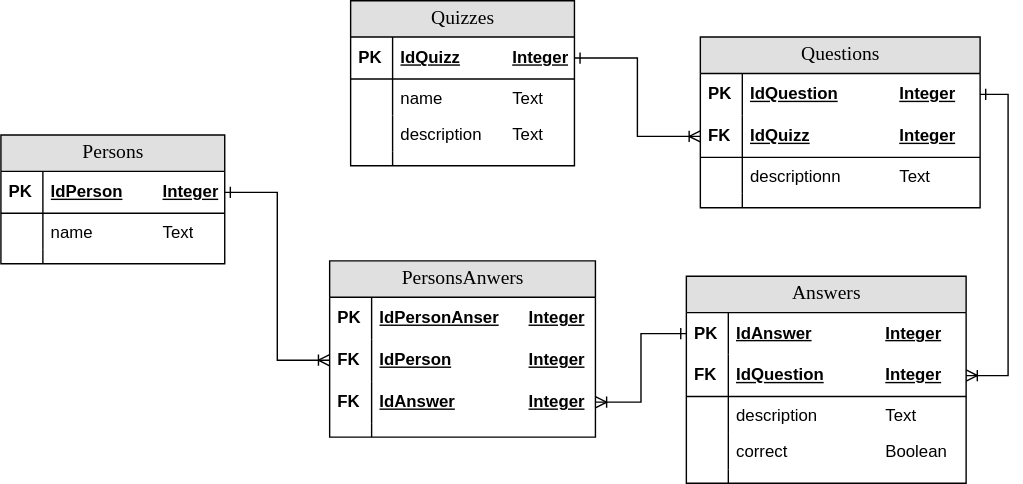
Earlier version of the draw.io export documentation/database/ERD.svg (DavidCuy/pm_evaluation_system_backend). Source tidied: cells renumbered, new cells last; positions are measured from the earlier drawing's top-left corner, leaving out a move shared by most shapes.
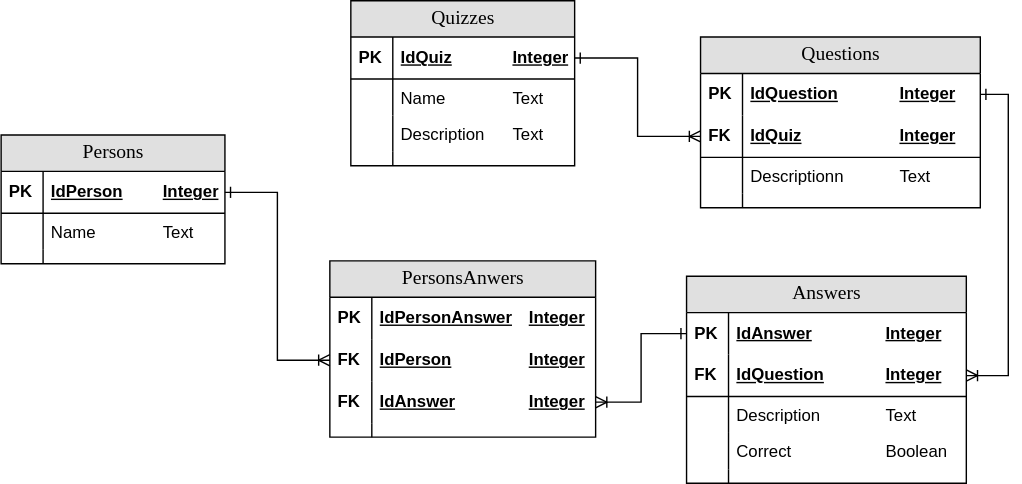
Later version of the same file.

The edit, as a diff of the source:
```diff
@@ -5,19 +5,19 @@
     <mxCell id="2" value="Quizzes" style="swimlane;html=1;fontStyle=0;horizontal=1;startSize=26;fillColor=#e0e0e0;swimlaneFillColor=#ffffff;align=center;rounded=0;shadow=0;comic=0;labelBackgroundColor=none;strokeWidth=1;fontFamily=Verdana;fontSize=14;swimlaneLine=1;" parent="1" vertex="1">
       <mxGeometry x="250" width="160" height="118" as="geometry" />
     </mxCell>
-    <mxCell id="3" value="IdQuizz&lt;span style=&quot;white-space: pre&quot;&gt;&#9;&lt;/span&gt;&lt;span style=&quot;white-space: pre&quot;&gt;&#9;&lt;/span&gt;Integer" style="shape=partialRectangle;top=0;left=0;right=0;bottom=1;html=1;align=left;verticalAlign=middle;fillColor=none;spacingLeft=34;spacingRight=4;whiteSpace=wrap;overflow=hidden;points=[[0,0.5],[1,0.5]];portConstraint=eastwest;fontStyle=5;" parent="2" vertex="1">
+    <mxCell id="3" value="IdQuiz&lt;span style=&quot;white-space: pre&quot;&gt;&#9;&lt;/span&gt;&lt;span style=&quot;white-space: pre&quot;&gt;&#9;&lt;/span&gt;Integer" style="shape=partialRectangle;top=0;left=0;right=0;bottom=1;html=1;align=left;verticalAlign=middle;fillColor=none;spacingLeft=34;spacingRight=4;whiteSpace=wrap;overflow=hidden;points=[[0,0.5],[1,0.5]];portConstraint=eastwest;fontStyle=5;" parent="2" vertex="1">
       <mxGeometry y="26" width="160" height="30" as="geometry" />
     </mxCell>
     <mxCell id="4" value="&lt;b&gt;PK&lt;/b&gt;" style="shape=partialRectangle;top=0;left=0;bottom=0;html=1;fillColor=none;align=left;verticalAlign=middle;spacingLeft=4;spacingRight=4;whiteSpace=wrap;overflow=hidden;" parent="3" vertex="1">
       <mxGeometry width="30" height="30" as="geometry" />
     </mxCell>
-    <mxCell id="5" value="name&lt;span style=&quot;white-space: pre&quot;&gt;&#9;&lt;/span&gt;&lt;span style=&quot;white-space: pre&quot;&gt;&#9;&lt;/span&gt;Text" style="shape=partialRectangle;top=0;left=0;right=0;bottom=0;html=1;align=left;verticalAlign=top;fillColor=none;spacingLeft=34;spacingRight=4;whiteSpace=wrap;overflow=hidden;" parent="2" vertex="1">
+    <mxCell id="5" value="Name&lt;span style=&quot;white-space: pre&quot;&gt;&#9;&lt;/span&gt;&lt;span style=&quot;white-space: pre&quot;&gt;&#9;&lt;/span&gt;Text" style="shape=partialRectangle;top=0;left=0;right=0;bottom=0;html=1;align=left;verticalAlign=top;fillColor=none;spacingLeft=34;spacingRight=4;whiteSpace=wrap;overflow=hidden;" parent="2" vertex="1">
       <mxGeometry y="56" width="160" height="26" as="geometry" />
     </mxCell>
     <mxCell id="6" style="shape=partialRectangle;top=0;left=0;bottom=0;html=1;fillColor=none;align=left;verticalAlign=top;spacingLeft=4;spacingRight=4;whiteSpace=wrap;overflow=hidden;" parent="5" vertex="1">
       <mxGeometry width="30" height="26" as="geometry" />
     </mxCell>
-    <mxCell id="7" value="description&lt;span style=&quot;white-space: pre&quot;&gt;&#9;&lt;/span&gt;Text" style="shape=partialRectangle;top=0;left=0;right=0;bottom=0;html=1;align=left;verticalAlign=top;fillColor=none;spacingLeft=34;spacingRight=4;whiteSpace=wrap;overflow=hidden;" parent="2" vertex="1">
+    <mxCell id="7" value="Description&lt;span style=&quot;white-space: pre&quot;&gt;&#9;&lt;/span&gt;Text" style="shape=partialRectangle;top=0;left=0;right=0;bottom=0;html=1;align=left;verticalAlign=top;fillColor=none;spacingLeft=34;spacingRight=4;whiteSpace=wrap;overflow=hidden;" parent="2" vertex="1">
       <mxGeometry y="82" width="160" height="26" as="geometry" />
     </mxCell>
     <mxCell id="8" style="shape=partialRectangle;top=0;left=0;bottom=0;html=1;fillColor=none;align=left;verticalAlign=top;spacingLeft=4;spacingRight=4;whiteSpace=wrap;overflow=hidden;" parent="7" vertex="1">
@@ -38,13 +38,13 @@
     <mxCell id="13" value="&lt;b&gt;PK&lt;/b&gt;" style="shape=partialRectangle;top=0;left=0;bottom=0;html=1;fillColor=none;align=left;verticalAlign=middle;spacingLeft=4;spacingRight=4;whiteSpace=wrap;overflow=hidden;" parent="12" vertex="1">
       <mxGeometry width="30" height="30" as="geometry" />
     </mxCell>
-    <mxCell id="14" value="IdQuizz&lt;span style=&quot;white-space: pre&quot;&gt;&#9;&lt;/span&gt;&lt;span style=&quot;white-space: pre&quot;&gt;&#9;&lt;span style=&quot;white-space: pre&quot;&gt;&#9;&lt;/span&gt;&lt;/span&gt;Integer" style="shape=partialRectangle;top=0;left=0;right=0;bottom=1;html=1;align=left;verticalAlign=middle;fillColor=none;spacingLeft=34;spacingRight=4;whiteSpace=wrap;overflow=hidden;points=[[0,0.5],[1,0.5]];portConstraint=eastwest;fontStyle=5;" parent="11" vertex="1">
+    <mxCell id="14" value="IdQuiz&lt;span style=&quot;white-space: pre&quot;&gt;&#9;&lt;/span&gt;&lt;span style=&quot;white-space: pre&quot;&gt;&#9;&lt;/span&gt;&lt;span style=&quot;white-space: pre&quot;&gt;&#9;&lt;/span&gt;Integer" style="shape=partialRectangle;top=0;left=0;right=0;bottom=1;html=1;align=left;verticalAlign=middle;fillColor=none;spacingLeft=34;spacingRight=4;whiteSpace=wrap;overflow=hidden;points=[[0,0.5],[1,0.5]];portConstraint=eastwest;fontStyle=5;" parent="11" vertex="1">
       <mxGeometry y="56" width="200" height="30" as="geometry" />
     </mxCell>
     <mxCell id="15" value="&lt;b&gt;FK&lt;/b&gt;" style="shape=partialRectangle;top=0;left=0;bottom=0;html=1;fillColor=none;align=left;verticalAlign=middle;spacingLeft=4;spacingRight=4;whiteSpace=wrap;overflow=hidden;" parent="14" vertex="1">
       <mxGeometry width="30" height="30" as="geometry" />
     </mxCell>
-    <mxCell id="16" value="descriptionn&lt;span style=&quot;white-space: pre&quot;&gt;&#9;&lt;/span&gt;&lt;span style=&quot;white-space: pre&quot;&gt;&#9;&lt;/span&gt;Text" style="shape=partialRectangle;top=0;left=0;right=0;bottom=0;html=1;align=left;verticalAlign=top;fillColor=none;spacingLeft=34;spacingRight=4;whiteSpace=wrap;overflow=hidden;" parent="11" vertex="1">
+    <mxCell id="16" value="Descriptionn&lt;span style=&quot;white-space: pre&quot;&gt;&#9;&lt;/span&gt;&lt;span style=&quot;white-space: pre&quot;&gt;&#9;&lt;/span&gt;Text" style="shape=partialRectangle;top=0;left=0;right=0;bottom=0;html=1;align=left;verticalAlign=top;fillColor=none;spacingLeft=34;spacingRight=4;whiteSpace=wrap;overflow=hidden;" parent="11" vertex="1">
       <mxGeometry y="86" width="200" height="26" as="geometry" />
     </mxCell>
     <mxCell id="17" style="shape=partialRectangle;top=0;left=0;bottom=0;html=1;fillColor=none;align=left;verticalAlign=top;spacingLeft=4;spacingRight=4;whiteSpace=wrap;overflow=hidden;" parent="16" vertex="1">
@@ -74,13 +74,13 @@
     <mxCell id="25" value="&lt;b&gt;FK&lt;/b&gt;" style="shape=partialRectangle;top=0;left=0;bottom=0;html=1;fillColor=none;align=left;verticalAlign=middle;spacingLeft=4;spacingRight=4;whiteSpace=wrap;overflow=hidden;" parent="24" vertex="1">
       <mxGeometry width="30" height="30" as="geometry" />
     </mxCell>
-    <mxCell id="26" value="description&lt;span style=&quot;white-space: pre&quot;&gt;&#9;&lt;/span&gt;&lt;span style=&quot;white-space: pre&quot;&gt;&#9;&lt;/span&gt;Text" style="shape=partialRectangle;top=0;left=0;right=0;bottom=0;html=1;align=left;verticalAlign=top;fillColor=none;spacingLeft=34;spacingRight=4;whiteSpace=wrap;overflow=hidden;" parent="21" vertex="1">
+    <mxCell id="26" value="Description&lt;span style=&quot;white-space: pre&quot;&gt;&#9;&lt;/span&gt;&lt;span style=&quot;white-space: pre&quot;&gt;&#9;&lt;/span&gt;Text" style="shape=partialRectangle;top=0;left=0;right=0;bottom=0;html=1;align=left;verticalAlign=top;fillColor=none;spacingLeft=34;spacingRight=4;whiteSpace=wrap;overflow=hidden;" parent="21" vertex="1">
       <mxGeometry y="86" width="200" height="26" as="geometry" />
     </mxCell>
     <mxCell id="27" style="shape=partialRectangle;top=0;left=0;bottom=0;html=1;fillColor=none;align=left;verticalAlign=top;spacingLeft=4;spacingRight=4;whiteSpace=wrap;overflow=hidden;" parent="26" vertex="1">
       <mxGeometry width="30" height="26" as="geometry" />
     </mxCell>
-    <mxCell id="28" value="correct&lt;span style=&quot;white-space: pre&quot;&gt;&#9;&lt;/span&gt;&lt;span style=&quot;white-space: pre&quot;&gt;&#9;&lt;/span&gt;&lt;span style=&quot;white-space: pre&quot;&gt;&#9;&lt;/span&gt;Boolean" style="shape=partialRectangle;top=0;left=0;right=0;bottom=0;html=1;align=left;verticalAlign=top;fillColor=none;spacingLeft=34;spacingRight=4;whiteSpace=wrap;overflow=hidden;" parent="21" vertex="1">
+    <mxCell id="28" value="Correct&lt;span style=&quot;white-space: pre&quot;&gt;&#9;&lt;/span&gt;&lt;span style=&quot;white-space: pre&quot;&gt;&#9;&lt;/span&gt;&lt;span style=&quot;white-space: pre&quot;&gt;&#9;&lt;/span&gt;Boolean" style="shape=partialRectangle;top=0;left=0;right=0;bottom=0;html=1;align=left;verticalAlign=top;fillColor=none;spacingLeft=34;spacingRight=4;whiteSpace=wrap;overflow=hidden;" parent="21" vertex="1">
       <mxGeometry y="112" width="200" height="26" as="geometry" />
     </mxCell>
     <mxCell id="29" style="shape=partialRectangle;top=0;left=0;bottom=0;html=1;fillColor=none;align=left;verticalAlign=top;spacingLeft=4;spacingRight=4;whiteSpace=wrap;overflow=hidden;" parent="28" vertex="1">
@@ -101,7 +101,7 @@
     <mxCell id="34" value="&lt;b&gt;PK&lt;/b&gt;" style="shape=partialRectangle;top=0;left=0;bottom=0;html=1;fillColor=none;align=left;verticalAlign=middle;spacingLeft=4;spacingRight=4;whiteSpace=wrap;overflow=hidden;" parent="33" vertex="1">
       <mxGeometry width="30" height="30" as="geometry" />
     </mxCell>
-    <mxCell id="35" value="name&lt;span style=&quot;white-space: pre&quot;&gt;&#9;&lt;/span&gt;&lt;span style=&quot;white-space: pre&quot;&gt;&#9;&lt;/span&gt;Text" style="shape=partialRectangle;top=0;left=0;right=0;bottom=0;html=1;align=left;verticalAlign=top;fillColor=none;spacingLeft=34;spacingRight=4;whiteSpace=wrap;overflow=hidden;" parent="32" vertex="1">
+    <mxCell id="35" value="Name&lt;span style=&quot;white-space: pre&quot;&gt;&#9;&lt;/span&gt;&lt;span style=&quot;white-space: pre&quot;&gt;&#9;&lt;/span&gt;Text" style="shape=partialRectangle;top=0;left=0;right=0;bottom=0;html=1;align=left;verticalAlign=top;fillColor=none;spacingLeft=34;spacingRight=4;whiteSpace=wrap;overflow=hidden;" parent="32" vertex="1">
       <mxGeometry y="56" width="160" height="26" as="geometry" />
     </mxCell>
     <mxCell id="36" style="shape=partialRectangle;top=0;left=0;bottom=0;html=1;fillColor=none;align=left;verticalAlign=top;spacingLeft=4;spacingRight=4;whiteSpace=wrap;overflow=hidden;" parent="35" vertex="1">
@@ -116,7 +116,7 @@
     <mxCell id="39" value="PersonsAnwers" style="swimlane;html=1;fontStyle=0;horizontal=1;startSize=26;fillColor=#e0e0e0;swimlaneFillColor=#ffffff;align=center;rounded=0;shadow=0;comic=0;labelBackgroundColor=none;strokeWidth=1;fontFamily=Verdana;fontSize=14;swimlaneLine=1;" parent="1" vertex="1">
       <mxGeometry x="235" y="186" width="190" height="126" as="geometry" />
     </mxCell>
-    <mxCell id="40" value="IdPersonAnser&lt;span style=&quot;white-space: pre&quot;&gt;&#9;&lt;/span&gt;Integer" style="shape=partialRectangle;top=0;left=0;right=0;bottom=0;html=1;align=left;verticalAlign=middle;fillColor=none;spacingLeft=34;spacingRight=4;whiteSpace=wrap;overflow=hidden;fontStyle=5;" parent="39" vertex="1">
+    <mxCell id="40" value="IdPersonAnswer&lt;span style=&quot;white-space: pre&quot;&gt;&#9;&lt;/span&gt;Integer" style="shape=partialRectangle;top=0;left=0;right=0;bottom=0;html=1;align=left;verticalAlign=middle;fillColor=none;spacingLeft=34;spacingRight=4;whiteSpace=wrap;overflow=hidden;fontStyle=5;" parent="39" vertex="1">
       <mxGeometry y="26" width="190" height="30" as="geometry" />
     </mxCell>
     <mxCell id="41" value="&lt;b&gt;PK&lt;/b&gt;" style="shape=partialRectangle;top=0;left=0;bottom=0;html=1;fillColor=none;align=left;verticalAlign=middle;spacingLeft=4;spacingRight=4;whiteSpace=wrap;overflow=hidden;" parent="40" vertex="1">
```
